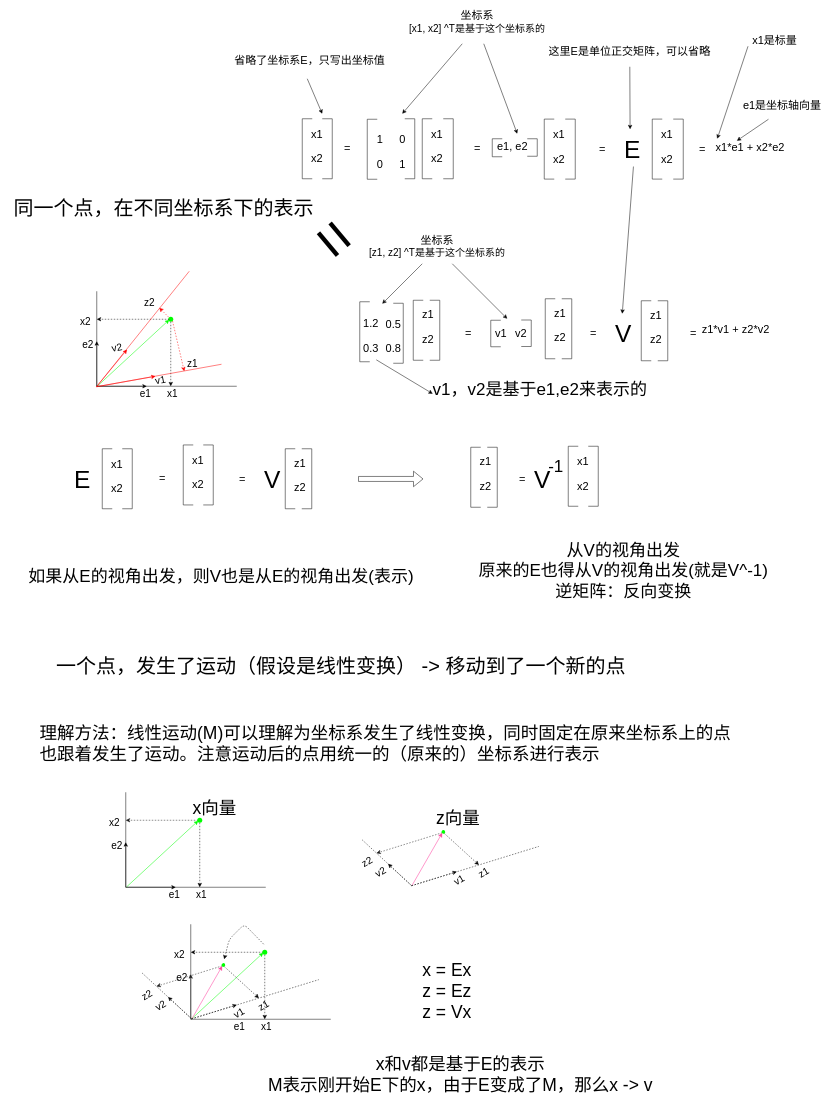
Before: page "矩阵变换的理解" (1 of 3) of images/2023/power-of-matrix/power-of-matrix.drawio in wumin199/wm-blog-image, a draw.io diagram. Source tidied: cells renumbered, new cells numbered last; positions are measured from the earlier drawing's top-left corner, leaving out a move shared by most shapes. Both pictures are drawn from the tidied source at 50%, with x=0, y=0 at pixel (8, 8).
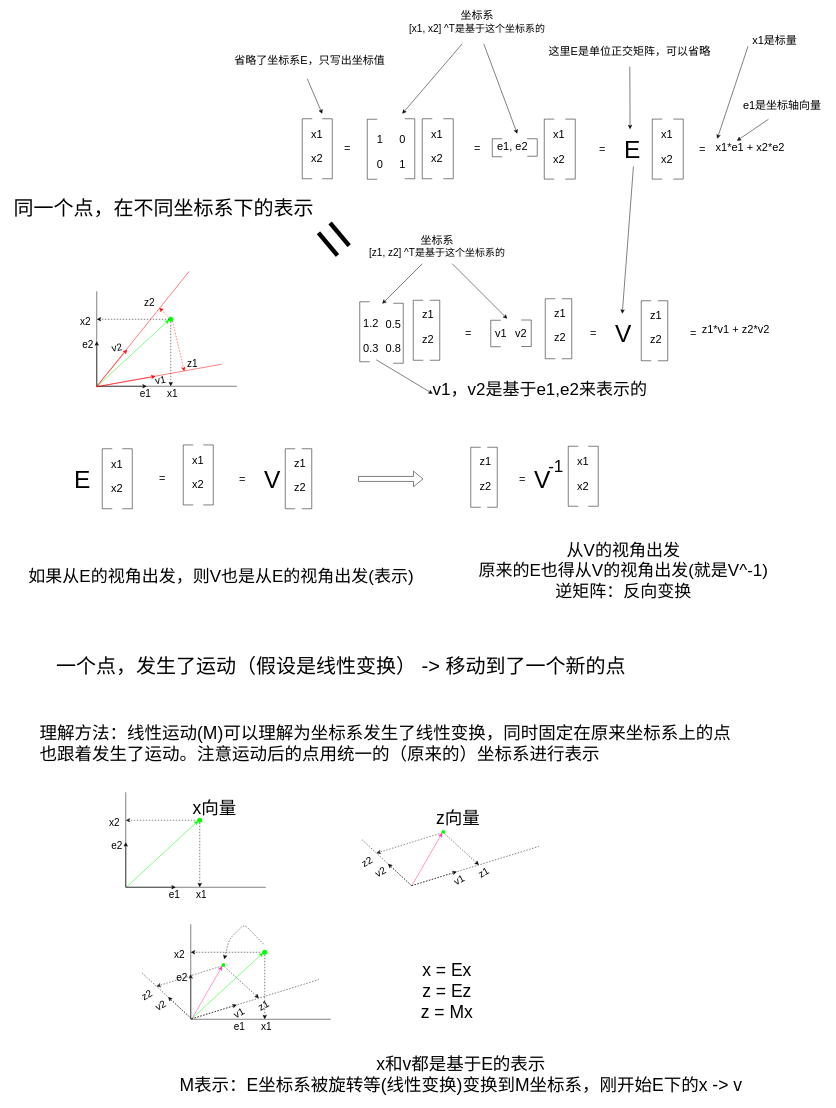
The same diagram, later.

What changed in the source:
```diff
@@
-    <mxCell id="91" value="x = Ex&lt;br&gt;z = Ez&lt;br&gt;z = Vx" style="text;html=1;align=center;verticalAlign=middle;strokeColor=none;fillColor=none;fontSize=35;strokeWidth=27;fontColor=#000000;" parent="1" vertex="1">
-      <mxGeometry x="816" y="1893" width="120" height="140" as="geometry" />
+    <mxCell id="91" value="x = Ex&lt;br&gt;z = Ez&lt;br&gt;z = Mx" style="text;html=1;align=center;verticalAlign=middle;strokeColor=none;fillColor=none;fontSize=35;strokeWidth=27;fontColor=#000000;" parent="1" vertex="1">
+      <mxGeometry x="815" y="1894" width="122" height="138" as="geometry" />
     </mxCell>
-    <mxCell id="92" value="x和v都是基于E的表示&lt;br&gt;M表示刚开始E下的x，由于E变成了M，那么x -&amp;gt; v" style="text;html=1;align=center;verticalAlign=middle;strokeColor=none;fillColor=none;fontSize=35;strokeWidth=27;fontColor=#000000;" parent="1" vertex="1">
-      <mxGeometry x="508" y="2081" width="790" height="100" as="geometry" />
+    <mxCell id="92" value="x和v都是基于E的表示&lt;br&gt;M表示：E坐标系被旋转等(线性变换)变换到M坐标系，刚开始E下的x -&amp;gt; v" style="text;html=1;align=center;verticalAlign=middle;strokeColor=none;fillColor=none;fontSize=35;strokeWidth=27;fontColor=#000000;" parent="1" vertex="1">
+      <mxGeometry x="332" y="2083" width="1143" height="96" as="geometry" />
     </mxCell>
```
